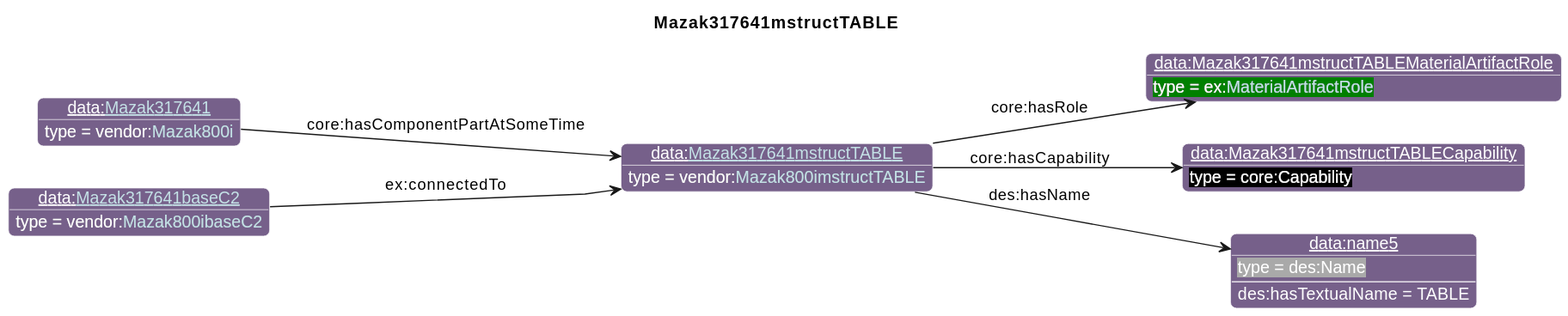
Before: diagrams/Mazak317641mstructTABLE.svg, a diagram exported from PlantUML (iofoundry/example-syseng-mtconnect).
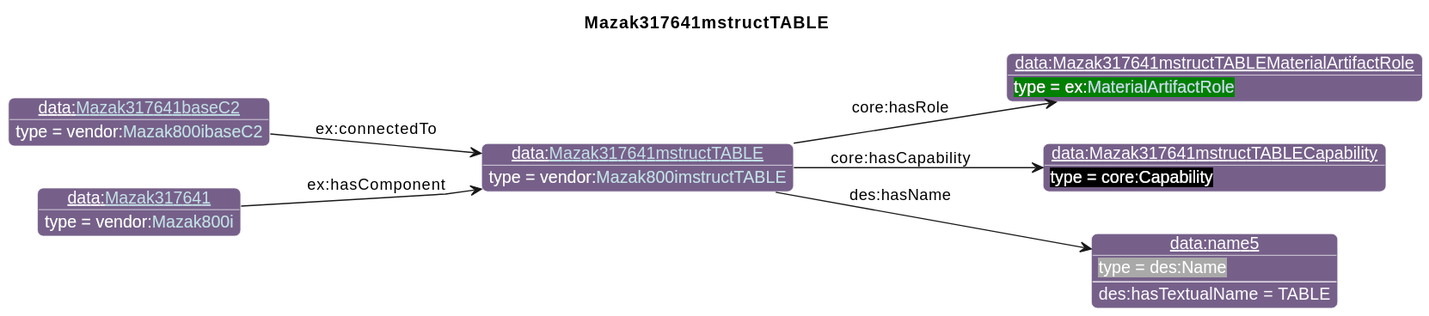
After the commit.

Change to the diagram source:
```diff
@@ -29,12 +29,12 @@
 individual(o1, data:Mazak317641mstructTABLEMaterialArtifactRole, ex:[[../Example.html#MaterialArtifactRole MaterialArtifactRole]])
 individual(o2, data:Mazak317641mstructTABLECapability, core:Capability)
 individual(o3, data:name5, des:Name)
-individual(o4, data:[[./Mazak317641.html Mazak317641]], vendor:[[../Mazak.html#Mazak800i Mazak800i]])
-individual(o5, data:[[./Mazak317641baseC2.html Mazak317641baseC2]], vendor:[[../Mazak.html#Mazak800ibaseC2 Mazak800ibaseC2]])
+individual(o4, data:[[./Mazak317641baseC2.html Mazak317641baseC2]], vendor:[[../Mazak.html#Mazak800ibaseC2 Mazak800ibaseC2]])
+individual(o5, data:[[./Mazak317641.html Mazak317641]], vendor:[[../Mazak.html#Mazak800i Mazak800i]])
 property(o0, "core:hasRole", o1)
 property(o0, "core:hasCapability", o2)
 property(o0, "des:hasName", o3)
 data(o3, "des:hasTextualName", "TABLE")
-property(o4, "core:hasComponentPartAtSomeTime", o0)
-property(o5, "ex:connectedTo", o0)
+property(o4, "ex:connectedTo", o0)
+property(o5, "ex:hasComponent", o0)
 @enduml
```
